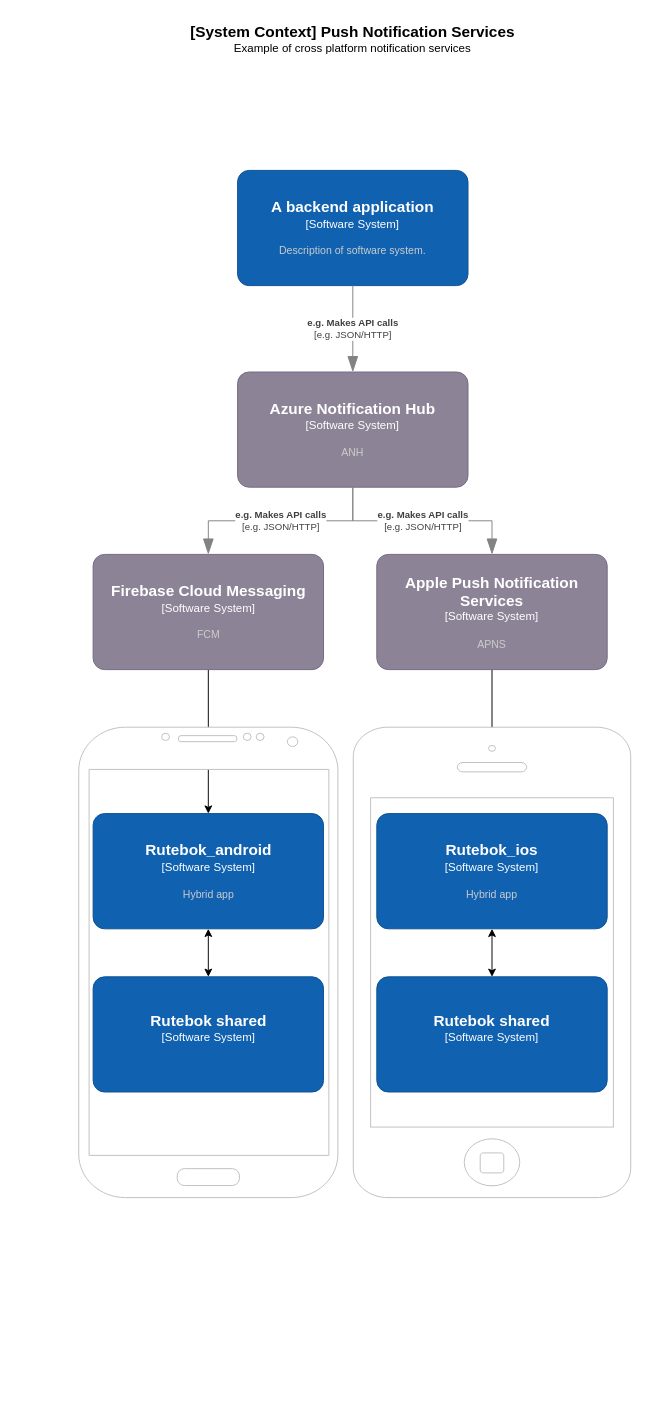
The draw.io diagram push-notification-services.drawio in stigbd/posten-diagrams, before the edit. Source tidied: cells renumbered, new cells numbered last; positions are measured from the earlier drawing's top-left corner, leaving out a move shared by most shapes. Both pictures are drawn from the tidied source at 96%, with x=0, y=0 at pixel (78, 16).
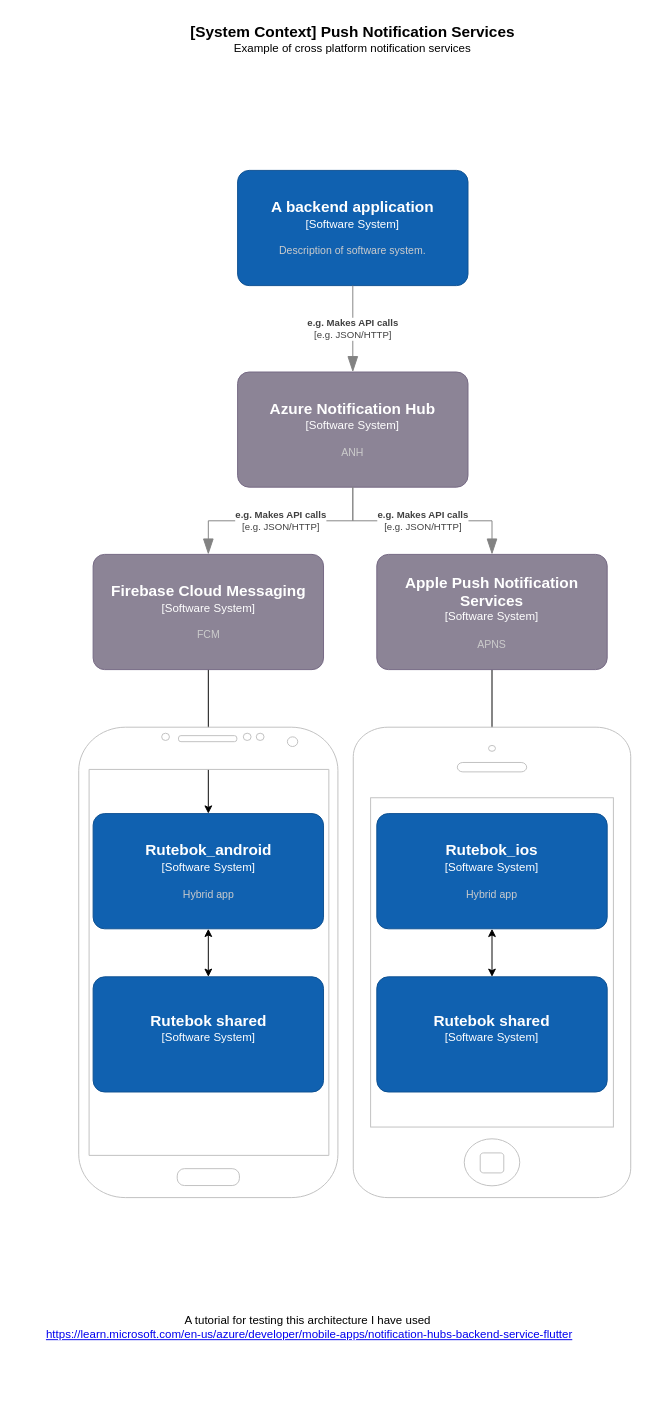
Above is the later version.

What changed in the source:
```diff
@@
+    <mxCell id="22" value="A tutorial for testing this architecture I have used&amp;nbsp;&lt;br&gt;&lt;a href=&quot;https://learn.microsoft.com/en-us/azure/developer/mobile-apps/notification-hubs-backend-service-flutter&quot;&gt;https://learn.microsoft.com/en-us/azure/developer/mobile-apps/notification-hubs-backend-service-flutter&lt;/a&gt;" style="text;html=1;strokeColor=none;fillColor=none;align=center;verticalAlign=middle;whiteSpace=wrap;rounded=0;" parent="1" vertex="1">
+      <mxGeometry x="-64" y="1280" width="610" height="170" as="geometry" />
+    </mxCell>
```
